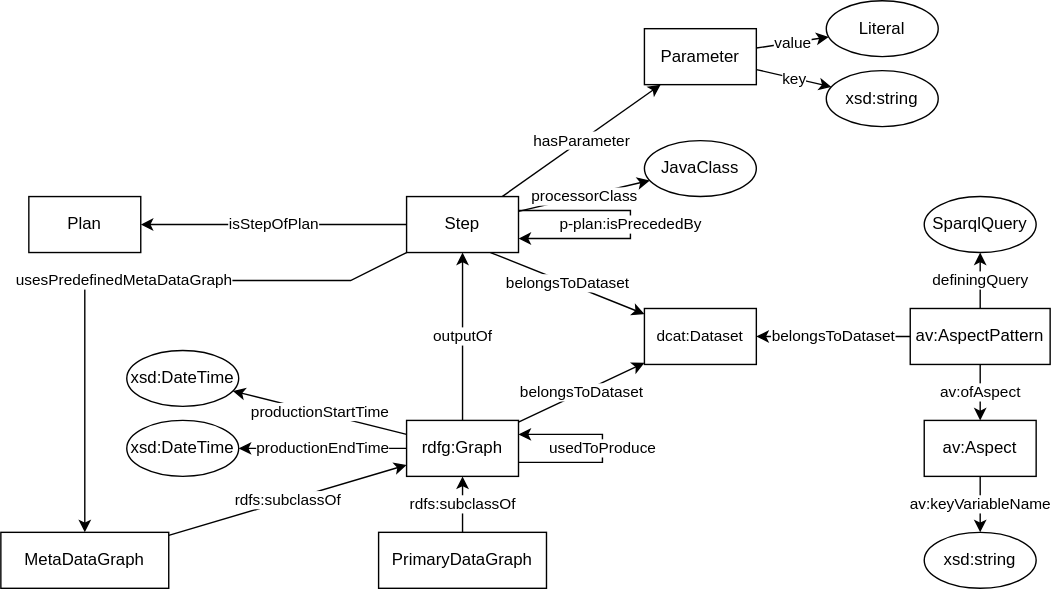
Before: executionGraph.svg, a diagram exported from draw.io (fusion-jena/abecto-vocabulary). Source tidied: cells renumbered, new cells last; positions are measured from the earlier drawing's top-left corner, leaving out a move shared by most shapes. Its diagram source:
```xml
<mxGraphModel>
  <root>
    <mxCell id="0" />
    <mxCell id="1" parent="0" />
    <mxCell id="2" value="isStepOfPlan" style="jettySize=auto;html=1;" parent="1" edge="1" source="7" target="8">
      <mxGeometry relative="1" as="geometry" />
    </mxCell>
    <mxCell id="3" value="belongsToDataset" style="jettySize=auto;html=1;rounded=0;exitX=0.75;exitY=1;exitDx=0;exitDy=0;" parent="1" edge="1" source="7" target="9">
      <mxGeometry relative="1" as="geometry" />
    </mxCell>
    <mxCell id="4" value="hasParameter" style="edgeStyle=none;rounded=0;jettySize=auto;html=1;" parent="1" edge="1" source="7" target="14">
      <mxGeometry relative="1" as="geometry" />
    </mxCell>
    <mxCell id="5" value="usesPredefinedMetaDataGraph" style="edgeStyle=none;rounded=0;jettySize=auto;html=1;" parent="1" edge="1" source="7" target="19">
      <mxGeometry relative="1" as="geometry">
        <Array as="points">
          <mxPoint x="250" y="200" />
          <mxPoint x="60" y="200" />
        </Array>
      </mxGeometry>
    </mxCell>
    <mxCell id="6" value="outputOf" style="rounded=0;jettySize=auto;html=1;" parent="1" edge="1" source="26" target="7">
      <mxGeometry relative="1" as="geometry" />
    </mxCell>
    <mxCell id="7" value="Step" style="whiteSpace=wrap;html=1;" parent="1" vertex="1">
      <mxGeometry x="290" y="140" width="80" height="40" as="geometry" />
    </mxCell>
    <mxCell id="8" value="Plan" style="whiteSpace=wrap;html=1;" parent="1" vertex="1">
      <mxGeometry x="20" y="140" width="80" height="40" as="geometry" />
    </mxCell>
    <mxCell id="9" value="&lt;span style=&quot;font-size: 11px ; background-color: rgb(255 , 255 , 255)&quot;&gt;dcat:Dataset&lt;/span&gt;" style="whiteSpace=wrap;html=1;" parent="1" vertex="1">
      <mxGeometry x="460" y="220" width="80" height="40" as="geometry" />
    </mxCell>
    <mxCell id="10" value="JavaClass" style="ellipse;whiteSpace=wrap;html=1;" parent="1" vertex="1">
      <mxGeometry x="460" y="100" width="80" height="40" as="geometry" />
    </mxCell>
    <mxCell id="11" value="processorClass" style="jettySize=auto;html=1;" parent="1" edge="1" source="7" target="10">
      <mxGeometry relative="1" as="geometry" />
    </mxCell>
    <mxCell id="12" value="key" style="edgeStyle=none;rounded=0;jettySize=auto;html=1;" parent="1" edge="1" source="14" target="15">
      <mxGeometry relative="1" as="geometry" />
    </mxCell>
    <mxCell id="13" value="value" style="edgeStyle=none;rounded=0;jettySize=auto;html=1;" parent="1" edge="1" source="14" target="16">
      <mxGeometry relative="1" as="geometry" />
    </mxCell>
    <mxCell id="14" value="Parameter" style="whiteSpace=wrap;html=1;" parent="1" vertex="1">
      <mxGeometry x="460" y="20" width="80" height="40" as="geometry" />
    </mxCell>
    <mxCell id="15" value="xsd:string" style="ellipse;whiteSpace=wrap;html=1;" parent="1" vertex="1">
      <mxGeometry x="590" y="50" width="80" height="40" as="geometry" />
    </mxCell>
    <mxCell id="16" value="Literal" style="ellipse;whiteSpace=wrap;html=1;" parent="1" vertex="1">
      <mxGeometry x="590" width="80" height="40" as="geometry" />
    </mxCell>
    <mxCell id="17" value="p-plan:isPrecededBy" style="endArrow=classic;html=1;rounded=0;" parent="1" edge="1">
      <mxGeometry relative="1" as="geometry">
        <mxPoint x="370" y="150" as="sourcePoint" />
        <mxPoint x="370" y="170" as="targetPoint" />
        <Array as="points">
          <mxPoint x="450" y="150" />
          <mxPoint x="450" y="170" />
        </Array>
      </mxGeometry>
    </mxCell>
    <mxCell id="18" value="rdfs:subclassOf" style="edgeStyle=none;rounded=0;jettySize=auto;html=1;" parent="1" edge="1" source="19" target="26">
      <mxGeometry relative="1" as="geometry" />
    </mxCell>
    <mxCell id="19" value="MetaDataGraph" style="whiteSpace=wrap;html=1;" parent="1" vertex="1">
      <mxGeometry y="380" width="120" height="40" as="geometry" />
    </mxCell>
    <mxCell id="20" value="rdfs:subclassOf" style="edgeStyle=none;rounded=0;jettySize=auto;html=1;" parent="1" edge="1" source="22" target="26">
      <mxGeometry relative="1" as="geometry" />
    </mxCell>
    <mxCell id="21" value="belongsToDataset" style="edgeStyle=none;rounded=0;jettySize=auto;html=1;" parent="1" edge="1" source="26" target="9">
      <mxGeometry relative="1" as="geometry" />
    </mxCell>
    <mxCell id="22" value="PrimaryDataGraph" style="whiteSpace=wrap;html=1;" parent="1" vertex="1">
      <mxGeometry x="270" y="380" width="120" height="40" as="geometry" />
    </mxCell>
    <mxCell id="23" value="usedToProduce" style="edgeStyle=none;rounded=0;orthogonalLoop=1;jettySize=auto;html=1;exitX=1;exitY=0.75;exitDx=0;exitDy=0;entryX=1;entryY=0.25;entryDx=0;entryDy=0;" parent="1" edge="1" source="26" target="26">
      <mxGeometry relative="1" as="geometry">
        <Array as="points">
          <mxPoint x="430" y="330" />
          <mxPoint x="430" y="310" />
        </Array>
      </mxGeometry>
    </mxCell>
    <mxCell id="24" value="productionStartTime" style="edgeStyle=none;rounded=0;jettySize=auto;html=1;" parent="1" edge="1" source="26" target="28">
      <mxGeometry relative="1" as="geometry" />
    </mxCell>
    <mxCell id="25" value="productionEndTime" style="edgeStyle=none;rounded=0;jettySize=auto;html=1;" parent="1" edge="1" source="26" target="27">
      <mxGeometry relative="1" as="geometry" />
    </mxCell>
    <mxCell id="26" value="rdfg:Graph" style="whiteSpace=wrap;html=1;" parent="1" vertex="1">
      <mxGeometry x="290" y="300" width="80" height="40" as="geometry" />
    </mxCell>
    <mxCell id="27" value="xsd:DateTime" style="ellipse;whiteSpace=wrap;html=1;" parent="1" vertex="1">
      <mxGeometry x="90" y="300" width="80" height="40" as="geometry" />
    </mxCell>
    <mxCell id="28" value="xsd:DateTime" style="ellipse;whiteSpace=wrap;html=1;" parent="1" vertex="1">
      <mxGeometry x="90" y="250" width="80" height="40" as="geometry" />
    </mxCell>
    <mxCell id="29" value="av:ofAspect" style="edgeStyle=none;rounded=0;jettySize=auto;html=1;" parent="1" edge="1" source="33" target="31">
      <mxGeometry relative="1" as="geometry" />
    </mxCell>
    <mxCell id="30" value="av:keyVariableName" style="edgeStyle=none;rounded=0;jettySize=auto;html=1;" parent="1" edge="1" source="31" target="36">
      <mxGeometry relative="1" as="geometry" />
    </mxCell>
    <mxCell id="31" value="av:Aspect" style="whiteSpace=wrap;html=1;" parent="1" vertex="1">
      <mxGeometry x="660" y="300" width="80" height="40" as="geometry" />
    </mxCell>
    <mxCell id="32" value="definingQuery" style="edgeStyle=none;rounded=0;jettySize=auto;html=1;" parent="1" edge="1" source="33" target="35">
      <mxGeometry relative="1" as="geometry" />
    </mxCell>
    <mxCell id="33" value="av:AspectPattern" style="whiteSpace=wrap;html=1;" parent="1" vertex="1">
      <mxGeometry x="650" y="220" width="100" height="40" as="geometry" />
    </mxCell>
    <mxCell id="34" value="belongsToDataset" style="jettySize=auto;html=1;rounded=0;" parent="1" edge="1" source="33" target="9">
      <mxGeometry relative="1" as="geometry" />
    </mxCell>
    <mxCell id="35" value="SparqlQuery" style="ellipse;whiteSpace=wrap;html=1;" parent="1" vertex="1">
      <mxGeometry x="660" y="140" width="80" height="40" as="geometry" />
    </mxCell>
    <mxCell id="36" value="xsd:string" style="ellipse;whiteSpace=wrap;html=1;" parent="1" vertex="1">
      <mxGeometry x="660" y="380" width="80" height="40" as="geometry" />
    </mxCell>
  </root>
</mxGraphModel>
```
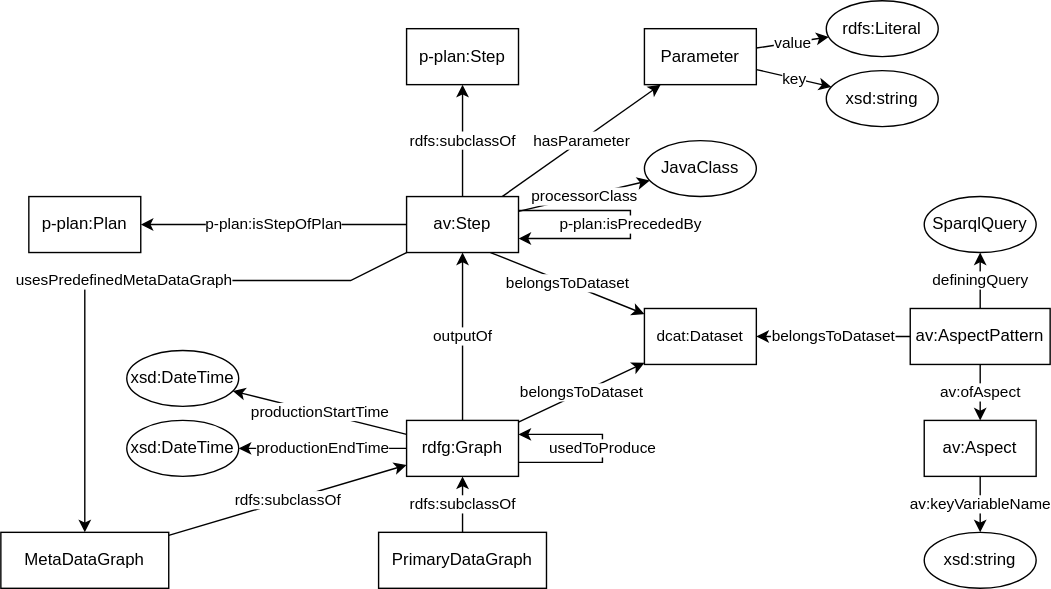
Above is the later version.

Change to the diagram source:
```diff
@@ -2,7 +2,7 @@
   <root>
     <mxCell id="0" />
     <mxCell id="1" parent="0" />
-    <mxCell id="2" value="isStepOfPlan" style="jettySize=auto;html=1;" parent="1" edge="1" source="7" target="8">
+    <mxCell id="2" value="p-plan:isStepOfPlan" style="jettySize=auto;html=1;" parent="1" edge="1" source="7" target="8">
       <mxGeometry relative="1" as="geometry" />
     </mxCell>
     <mxCell id="3" value="belongsToDataset" style="jettySize=auto;html=1;rounded=0;exitX=0.75;exitY=1;exitDx=0;exitDy=0;" parent="1" edge="1" source="7" target="9">
@@ -22,10 +22,10 @@
     <mxCell id="6" value="outputOf" style="rounded=0;jettySize=auto;html=1;" parent="1" edge="1" source="26" target="7">
       <mxGeometry relative="1" as="geometry" />
     </mxCell>
-    <mxCell id="7" value="Step" style="whiteSpace=wrap;html=1;" parent="1" vertex="1">
+    <mxCell id="7" value="av:Step" style="whiteSpace=wrap;html=1;" parent="1" vertex="1">
       <mxGeometry x="290" y="140" width="80" height="40" as="geometry" />
     </mxCell>
-    <mxCell id="8" value="Plan" style="whiteSpace=wrap;html=1;" parent="1" vertex="1">
+    <mxCell id="8" value="p-plan:Plan" style="whiteSpace=wrap;html=1;" parent="1" vertex="1">
       <mxGeometry x="20" y="140" width="80" height="40" as="geometry" />
     </mxCell>
     <mxCell id="9" value="&lt;span style=&quot;font-size: 11px ; background-color: rgb(255 , 255 , 255)&quot;&gt;dcat:Dataset&lt;/span&gt;" style="whiteSpace=wrap;html=1;" parent="1" vertex="1">
@@ -49,7 +49,7 @@
     <mxCell id="15" value="xsd:string" style="ellipse;whiteSpace=wrap;html=1;" parent="1" vertex="1">
       <mxGeometry x="590" y="50" width="80" height="40" as="geometry" />
     </mxCell>
-    <mxCell id="16" value="Literal" style="ellipse;whiteSpace=wrap;html=1;" parent="1" vertex="1">
+    <mxCell id="16" value="rdfs:Literal" style="ellipse;whiteSpace=wrap;html=1;" parent="1" vertex="1">
       <mxGeometry x="590" width="80" height="40" as="geometry" />
     </mxCell>
     <mxCell id="17" value="p-plan:isPrecededBy" style="endArrow=classic;html=1;rounded=0;" parent="1" edge="1">
@@ -124,5 +124,11 @@
     <mxCell id="36" value="xsd:string" style="ellipse;whiteSpace=wrap;html=1;" parent="1" vertex="1">
       <mxGeometry x="660" y="380" width="80" height="40" as="geometry" />
     </mxCell>
+    <mxCell id="37" value="p-plan:Step" style="whiteSpace=wrap;html=1;" parent="1" vertex="1">
+      <mxGeometry x="290" y="20" width="80" height="40" as="geometry" />
+    </mxCell>
+    <mxCell id="38" value="rdfs:subclassOf" style="edgeStyle=none;rounded=0;jettySize=auto;html=1;" parent="1" edge="1" source="7" target="37">
+      <mxGeometry relative="1" as="geometry" />
+    </mxCell>
   </root>
 </mxGraphModel>
```
